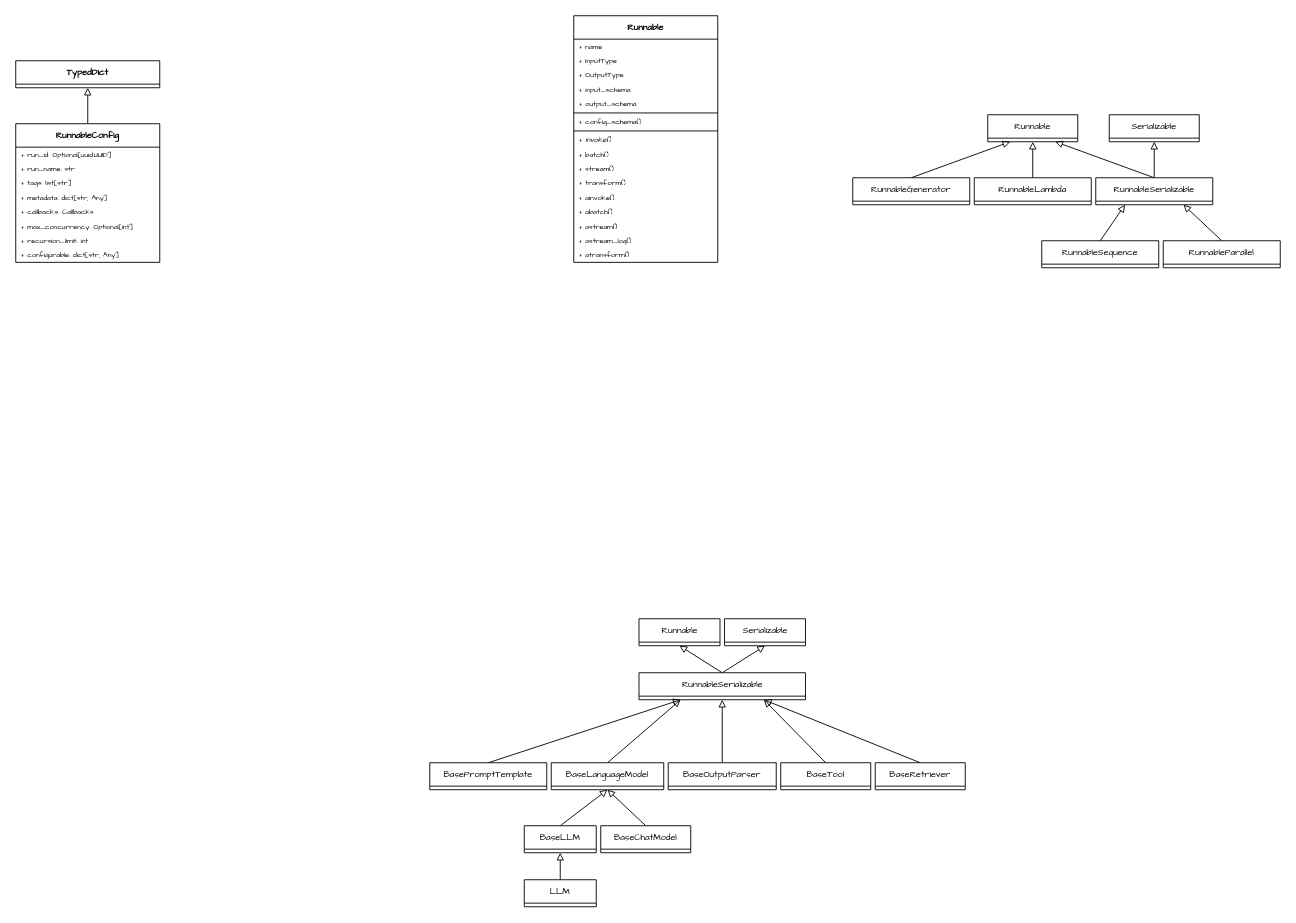
Above: page "Runnable" (2 of 9) of Draw_Files/langchain.drawio in wangmu0115/WangMu (draw.io), before the change. Source tidied: cells renumbered, new cells numbered last; positions are measured from the earlier drawing's top-left corner, leaving out a move shared by most shapes. Both pictures are drawn from the tidied source at 90%, with x=0, y=0 at pixel (15, 15).
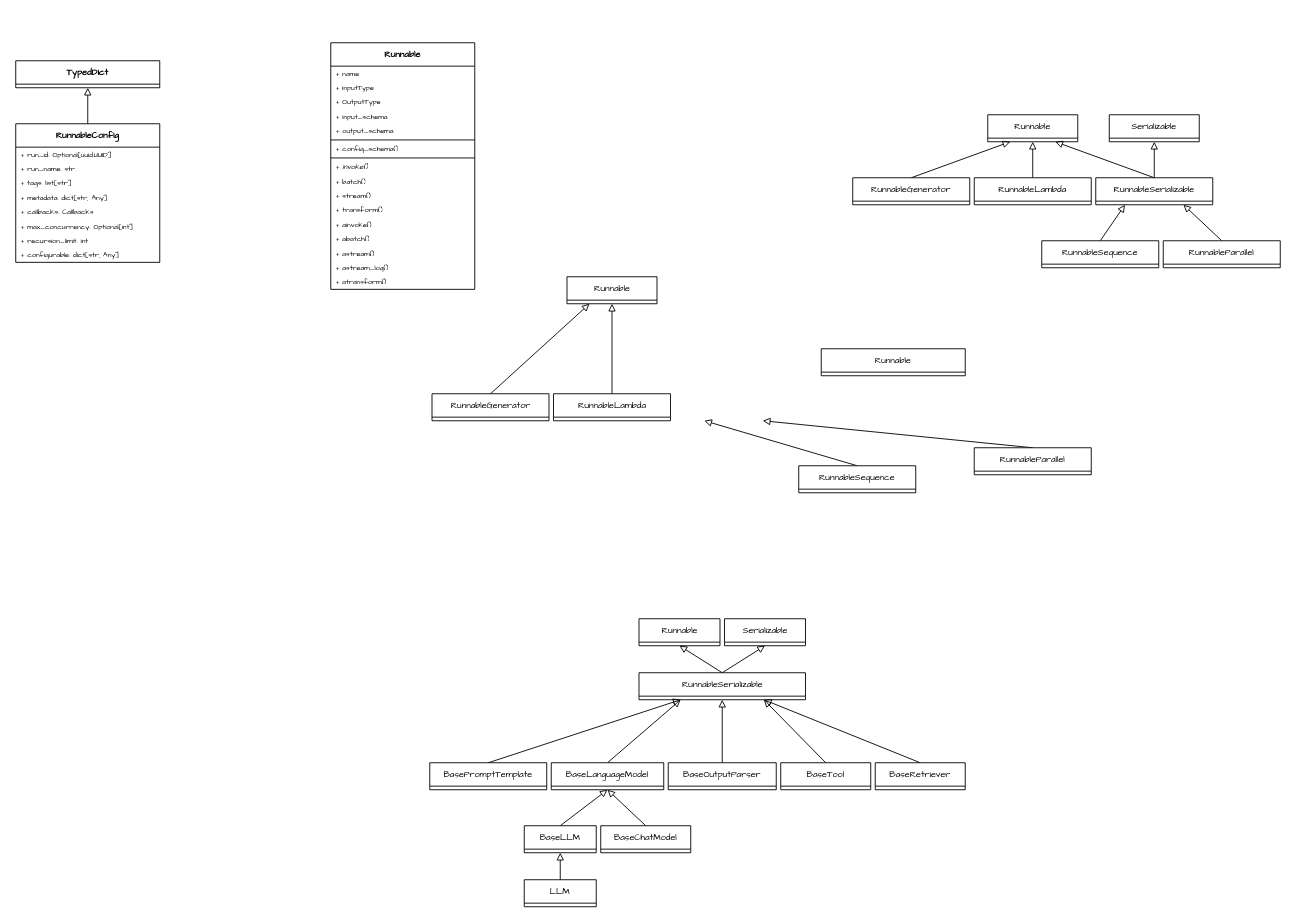
The same diagram, later.

Diff of the diagram source:
```diff
@@
     <mxCell id="2" value="Runnable" style="swimlane;fontStyle=1;align=center;verticalAlign=top;horizontal=1;startSize=26;whiteSpace=wrap;html=1;fontFamily=Comic Sans MS;fontSize=10;" parent="1" vertex="1">
-      <mxGeometry x="620" width="160" height="274" as="geometry" />
+      <mxGeometry x="350" y="30" width="160" height="274" as="geometry" />
     </mxCell>
@@
+    <mxCell id="65" value="Runnable" style="swimlane;fontStyle=0;align=center;verticalAlign=top;horizontal=1;startSize=26;whiteSpace=wrap;html=1;fontFamily=Comic Sans MS;fontSize=10;" parent="1" vertex="1" collapsed="1">
+      <mxGeometry x="612.5" y="290" width="100" height="30" as="geometry" />
+    </mxCell>
+    <mxCell id="66" style="rounded=0;jettySize=auto;html=1;exitX=0.5;exitY=0;exitDx=0;exitDy=0;entryX=0.5;entryY=1;entryDx=0;entryDy=0;endArrow=block;endFill=0;" parent="1" edge="1" source="67" target="65">
+      <mxGeometry relative="1" as="geometry" />
+    </mxCell>
+    <mxCell id="67" value="RunnableLambda" style="swimlane;fontStyle=0;align=center;verticalAlign=top;horizontal=1;startSize=26;whiteSpace=wrap;html=1;fontFamily=Comic Sans MS;fontSize=10;" parent="1" vertex="1" collapsed="1">
+      <mxGeometry x="597.5" y="420" width="130" height="30" as="geometry" />
+    </mxCell>
+    <mxCell id="68" style="rounded=0;jettySize=auto;html=1;exitX=0.5;exitY=0;exitDx=0;exitDy=0;entryX=0.25;entryY=1;entryDx=0;entryDy=0;endArrow=block;endFill=0;" parent="1" edge="1" source="69">
+      <mxGeometry relative="1" as="geometry">
+        <mxPoint x="765" y="450" as="targetPoint" />
+      </mxGeometry>
+    </mxCell>
+    <mxCell id="69" value="RunnableSequence" style="swimlane;fontStyle=0;align=center;verticalAlign=top;horizontal=1;startSize=26;whiteSpace=wrap;html=1;fontFamily=Comic Sans MS;fontSize=10;" parent="1" vertex="1" collapsed="1">
+      <mxGeometry x="870" y="500" width="130" height="30" as="geometry" />
+    </mxCell>
+    <mxCell id="70" style="rounded=0;jettySize=auto;html=1;exitX=0.5;exitY=0;exitDx=0;exitDy=0;entryX=0.75;entryY=1;entryDx=0;entryDy=0;endArrow=block;endFill=0;" parent="1" edge="1" source="71">
+      <mxGeometry relative="1" as="geometry">
+        <mxPoint x="830" y="450" as="targetPoint" />
+      </mxGeometry>
+    </mxCell>
+    <mxCell id="71" value="RunnableParallel" style="swimlane;fontStyle=0;align=center;verticalAlign=top;horizontal=1;startSize=26;whiteSpace=wrap;html=1;fontFamily=Comic Sans MS;fontSize=10;" parent="1" vertex="1" collapsed="1">
+      <mxGeometry x="1065" y="480" width="130" height="30" as="geometry" />
+    </mxCell>
+    <mxCell id="72" style="rounded=0;jettySize=auto;html=1;exitX=0.5;exitY=0;exitDx=0;exitDy=0;entryX=0.25;entryY=1;entryDx=0;entryDy=0;endArrow=block;endFill=0;" parent="1" edge="1" source="73" target="65">
+      <mxGeometry relative="1" as="geometry" />
+    </mxCell>
+    <mxCell id="73" value="RunnableGenerator" style="swimlane;fontStyle=0;align=center;verticalAlign=top;horizontal=1;startSize=26;whiteSpace=wrap;html=1;fontFamily=Comic Sans MS;fontSize=10;" parent="1" vertex="1" collapsed="1">
+      <mxGeometry x="462.5" y="420" width="130" height="30" as="geometry" />
+    </mxCell>
+    <mxCell id="74" value="Runnable" style="swimlane;fontStyle=0;align=center;verticalAlign=top;horizontal=1;startSize=26;whiteSpace=wrap;html=1;fontFamily=Comic Sans MS;fontSize=10;" parent="1" vertex="1">
+      <mxGeometry x="895" y="370" width="160" height="30" as="geometry" />
+    </mxCell>
```
